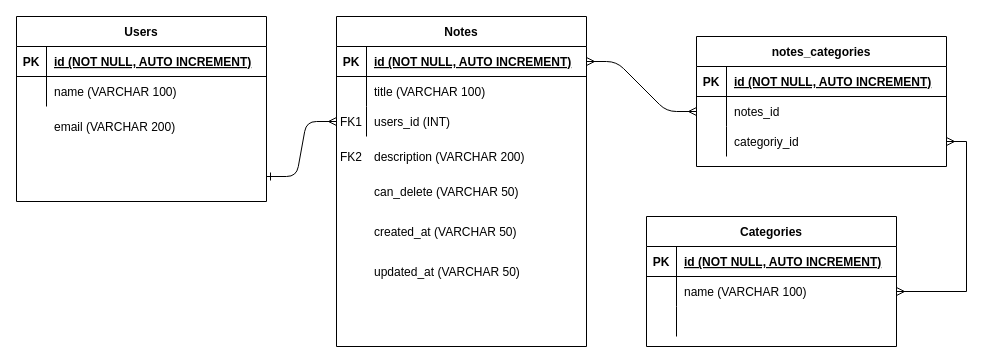
Before: diagrama_relacional.drawio in MartinMura/Base_de_datos_Martin_Perez_Mura, a draw.io diagram. Source tidied: cells renumbered, new cells numbered last; positions are measured from the earlier drawing's top-left corner, leaving out a move shared by most shapes. Both pictures are drawn from the tidied source at 100%, with x=0, y=0 at pixel (16, 16).
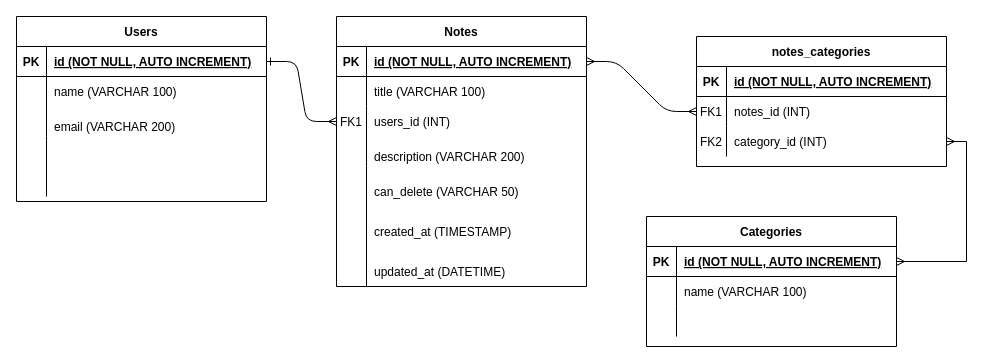
After the change.

Unchanged cells that the change refers to:
```xml
<mxCell id="4" style="shape=partialRectangle;fillColor=none;points=[[0,0.5],[1,0.5]];portConstraint=eastwest;top=0;left=0;right=0;bottom=1;" parent="3" vertex="1">
  <mxGeometry y="30" width="250" height="30" as="geometry" />
</mxCell>
<mxCell id="7" style="shape=partialRectangle;fillColor=none;points=[[0,0.5],[1,0.5]];portConstraint=eastwest;top=0;left=0;right=0;bottom=0;" parent="3" vertex="1">
  <mxGeometry y="60" width="250" height="30" as="geometry" />
</mxCell>
<mxCell id="20" style="shape=partialRectangle;fillColor=none;points=[[0,0.5],[1,0.5]];portConstraint=eastwest;top=0;left=0;right=0;bottom=0;" parent="13" vertex="1">
  <mxGeometry y="90" width="250" height="30" as="geometry" />
</mxCell>
<mxCell id="24" style="shape=partialRectangle;fillColor=none;points=[[0,0.5],[1,0.5]];portConstraint=eastwest;top=0;left=0;right=0;bottom=1;" parent="23" vertex="1">
  <mxGeometry y="30" width="250" height="30" as="geometry" />
</mxCell>
<mxCell id="37" style="shape=partialRectangle;fillColor=none;top=0;left=0;right=0;bottom=0;" parent="1" vertex="1">
  <mxGeometry x="320" y="125" width="250" height="30" as="geometry" />
</mxCell>
<mxCell id="45" style="shape=partialRectangle;fillColor=none;points=[[0,0.5],[1,0.5]];portConstraint=eastwest;top=0;left=0;right=0;bottom=0;" parent="41" vertex="1">
  <mxGeometry y="60" width="250" height="30" as="geometry" />
</mxCell>
<mxCell id="48" style="shape=partialRectangle;fillColor=none;points=[[0,0.5],[1,0.5]];portConstraint=eastwest;top=0;left=0;right=0;bottom=0;" parent="41" vertex="1">
  <mxGeometry y="90" width="250" height="30" as="geometry" />
</mxCell>
```

Diff of the diagram source:
```diff
@@
-    <mxCell id="2" style="edgeStyle=entityRelationEdgeStyle;endArrow=ERmany;startArrow=ERone;endFill=0;startFill=0;exitX=1;exitY=0.5;exitDx=0;exitDy=0;" parent="1" edge="1" target="20">
-      <mxGeometry relative="1" as="geometry">
-        <mxPoint x="250" y="160" as="sourcePoint" />
-      </mxGeometry>
+    <mxCell id="2" style="edgeStyle=entityRelationEdgeStyle;endArrow=ERmany;startArrow=ERone;endFill=0;startFill=0;exitX=1;exitY=0.5;exitDx=0;exitDy=0;" parent="1" edge="1" source="24" target="20">
+      <mxGeometry relative="1" as="geometry" />
     </mxCell>
@@
     <mxCell id="13" value="Notes" style="shape=table;startSize=30;childLayout=tableLayout;rowLines=0;fontStyle=1;align=center;" parent="1" vertex="1">
-      <mxGeometry x="320" width="250" height="330" as="geometry" />
+      <mxGeometry x="320" width="250" height="270" as="geometry" />
     </mxCell>
@@
-    <mxCell id="33" value="updated_at (VARCHAR 50)" style="shape=partialRectangle;overflow=hidden;fillColor=none;top=0;left=0;bottom=0;right=0;align=left;spacingLeft=6;" parent="1" vertex="1">
+    <mxCell id="33" value="updated_at (DATETIME)" style="shape=partialRectangle;overflow=hidden;fillColor=none;top=0;left=0;bottom=0;right=0;align=left;spacingLeft=6;" parent="1" vertex="1">
       <mxGeometry x="350" y="240" width="220" height="30" as="geometry" />
     </mxCell>
@@
-    <mxCell id="38" value="FK2" style="shape=partialRectangle;overflow=hidden;fillColor=none;top=0;left=0;bottom=0;right=0;" parent="37" vertex="1">
+    <mxCell id="38" style="shape=partialRectangle;overflow=hidden;fillColor=none;top=0;left=0;bottom=0;right=0;" parent="37" vertex="1">
       <mxGeometry width="30" height="30" as="geometry" />
     </mxCell>
@@
-    <mxCell id="40" value="created_at (VARCHAR 50)" style="shape=partialRectangle;overflow=hidden;fillColor=none;top=0;left=0;bottom=0;right=0;align=left;spacingLeft=6;" parent="1" vertex="1">
+    <mxCell id="40" value="created_at (TIMESTAMP)" style="shape=partialRectangle;overflow=hidden;fillColor=none;top=0;left=0;bottom=0;right=0;align=left;spacingLeft=6;" parent="1" vertex="1">
       <mxGeometry x="350" y="200" width="220" height="30" as="geometry" />
     </mxCell>
@@
-    <mxCell id="47" value="notes_id" style="shape=partialRectangle;overflow=hidden;fillColor=none;top=0;left=0;bottom=0;right=0;align=left;spacingLeft=6;" parent="45" vertex="1">
+    <mxCell id="47" value="notes_id (INT)" style="shape=partialRectangle;overflow=hidden;fillColor=none;top=0;left=0;bottom=0;right=0;align=left;spacingLeft=6;" parent="45" vertex="1">
       <mxGeometry x="30" width="220" height="30" as="geometry" />
     </mxCell>
@@
-    <mxCell id="50" value="categoriy_id" style="shape=partialRectangle;overflow=hidden;fillColor=none;top=0;left=0;bottom=0;right=0;align=left;spacingLeft=6;" parent="48" vertex="1">
+    <mxCell id="50" value="category_id (INT)" style="shape=partialRectangle;overflow=hidden;fillColor=none;top=0;left=0;bottom=0;right=0;align=left;spacingLeft=6;" parent="48" vertex="1">
       <mxGeometry x="30" width="220" height="30" as="geometry" />
     </mxCell>
-    <mxCell id="51" style="edgeStyle=orthogonalEdgeStyle;rounded=0;jettySize=auto;html=1;exitX=1;exitY=0.5;exitDx=0;exitDy=0;entryX=1;entryY=0.5;entryDx=0;entryDy=0;endArrow=ERmany;endFill=0;startArrow=ERmany;startFill=0;" parent="1" edge="1" source="7" target="48">
+    <mxCell id="51" style="edgeStyle=orthogonalEdgeStyle;rounded=0;jettySize=auto;html=1;exitX=1;exitY=0.5;exitDx=0;exitDy=0;entryX=1;entryY=0.5;entryDx=0;entryDy=0;endArrow=ERmany;endFill=0;startArrow=ERmany;startFill=0;" parent="1" edge="1" source="4" target="48">
       <mxGeometry relative="1" as="geometry" />
     </mxCell>
+    <mxCell id="52" value="FK2" style="shape=partialRectangle;overflow=hidden;fillColor=none;top=0;left=0;bottom=0;right=0;" parent="1" vertex="1">
+      <mxGeometry x="680" y="110" width="30" height="30" as="geometry" />
+    </mxCell>
+    <mxCell id="53" value="FK1" style="shape=partialRectangle;overflow=hidden;fillColor=none;top=0;left=0;bottom=0;right=0;" parent="1" vertex="1">
+      <mxGeometry x="680" y="80" width="30" height="30" as="geometry" />
+    </mxCell>
+    <mxCell id="54" style="endArrow=none;html=1;rounded=0;" parent="1" edge="1">
+      <mxGeometry relative="1" as="geometry">
+        <mxPoint x="350" y="270" as="sourcePoint" />
+        <mxPoint x="350" y="115" as="targetPoint" />
+        <Array as="points">
+          <mxPoint x="350" y="150" />
+        </Array>
+      </mxGeometry>
+    </mxCell>
+    <mxCell id="55" style="endArrow=none;html=1;rounded=0;" parent="1" edge="1">
+      <mxGeometry relative="1" as="geometry">
+        <mxPoint x="30" y="180" as="sourcePoint" />
+        <mxPoint x="30" y="85" as="targetPoint" />
+        <Array as="points">
+          <mxPoint x="30" y="120" />
+        </Array>
+      </mxGeometry>
+    </mxCell>
```
